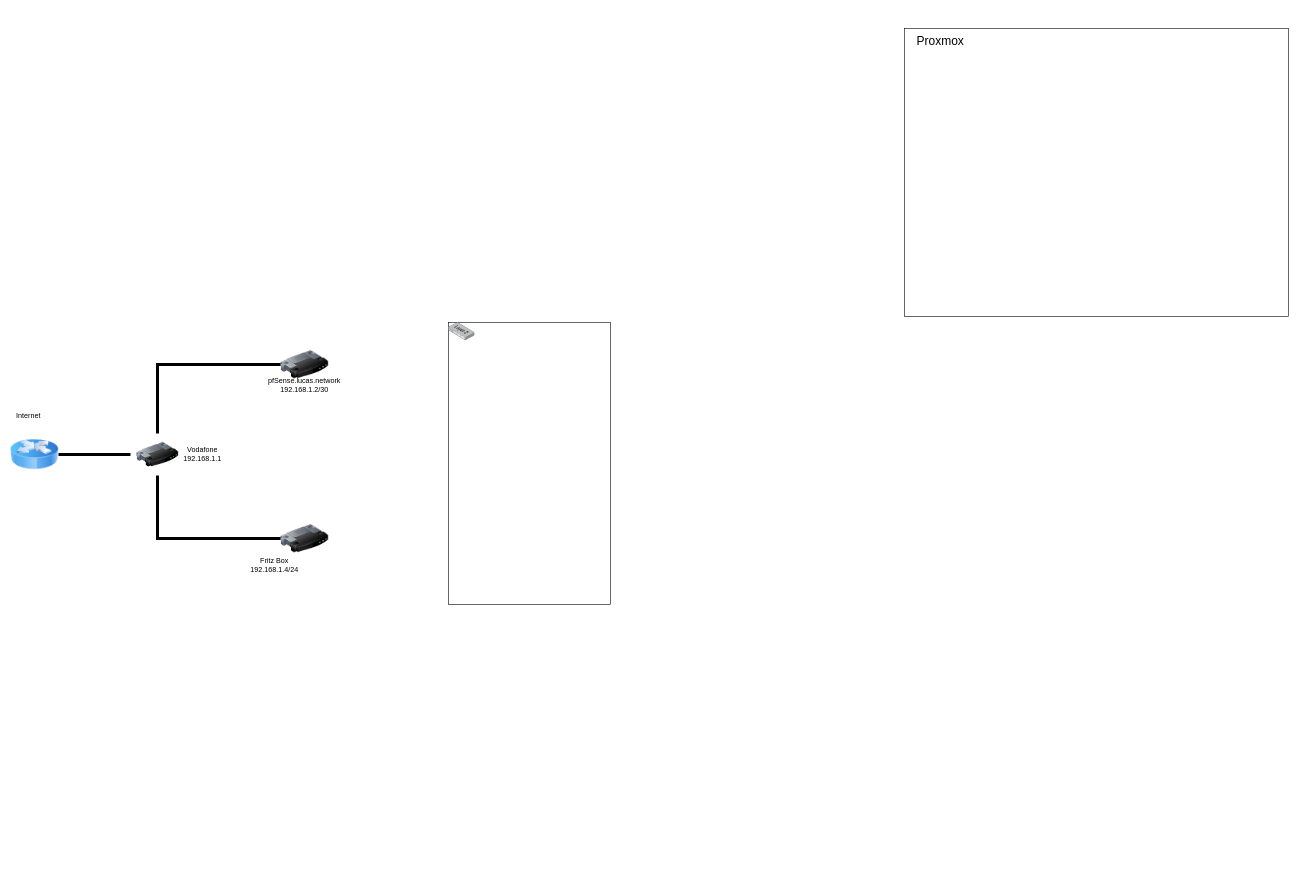
Earlier version of the draw.io diagram Untitled Diagram.drawio (lucpfi/homelab). Source tidied: cells renumbered, new cells numbered last; positions are measured from the earlier drawing's top-left corner, leaving out a move shared by most shapes. Both pictures are drawn from the tidied source at 60%, with x=0, y=0 at pixel (10, 10).
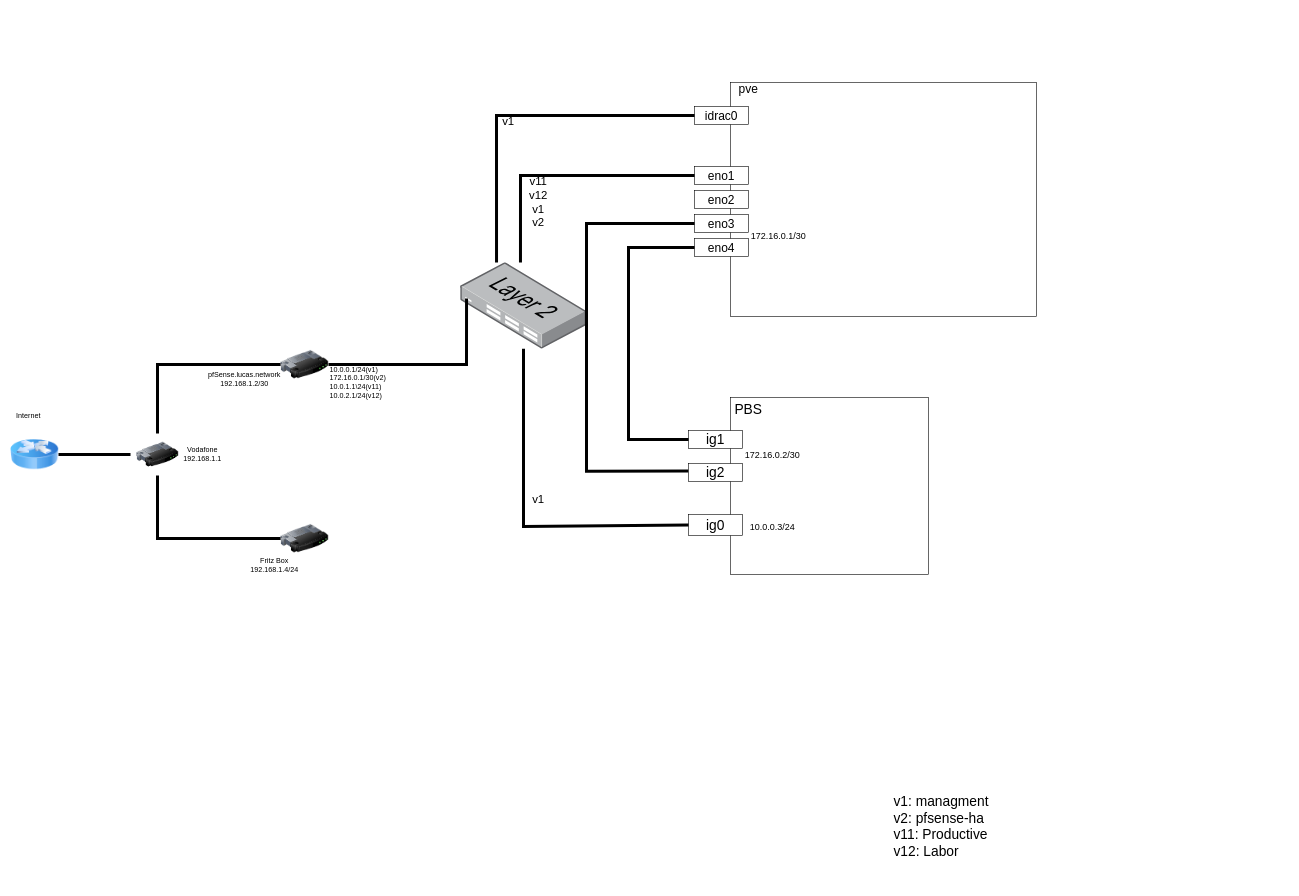
The same page after the edit.

The change refers to these unchanged cells:
```xml
<mxCell id="3" style="image;html=1;image=img/lib/clip_art/networking/Router_128x128.png;" parent="1" vertex="1">
  <mxGeometry x="450" y="550" width="80" height="80" as="geometry" />
</mxCell>
```

Change to the diagram source:
```diff
@@
     <mxCell id="12" value="pfSense.lucas.network&lt;br&gt;192.168.1.2/30" style="text;html=1;strokeColor=none;fillColor=none;align=center;verticalAlign=middle;whiteSpace=wrap;rounded=0;" parent="1" vertex="1">
-      <mxGeometry x="460" y="610" width="60" height="30" as="geometry" />
+      <mxGeometry x="360" y="600" width="60" height="30" as="geometry" />
     </mxCell>
-    <mxCell id="13" style="rounded=0;whiteSpace=wrap;html=1;fontSize=20;" parent="1" vertex="1">
-      <mxGeometry x="730" y="520" width="270" height="470" as="geometry" />
-    </mxCell>
     <mxCell id="14" style="points=[];html=1;align=center;shadow=0;dashed=0;image;image=img/lib/allied_telesis/switch/Switch_24_port_L2.svg;fontSize=20;" parent="1" vertex="1">
-      <mxGeometry x="730" y="520" width="43.8" height="30" as="geometry" />
+      <mxGeometry x="750" y="420" width="210" height="143.9" as="geometry" />
     </mxCell>
     <mxCell id="15" style="rounded=0;whiteSpace=wrap;html=1;fontSize=20;" parent="1" vertex="1">
-      <mxGeometry x="1490" y="30" width="640" height="480" as="geometry" />
+      <mxGeometry x="1200" y="120" width="510" height="390" as="geometry" />
     </mxCell>
-    <mxCell id="16" value="Proxmox" style="text;html=1;strokeColor=none;fillColor=none;align=center;verticalAlign=middle;whiteSpace=wrap;rounded=0;fontSize=20;" parent="1" vertex="1">
-      <mxGeometry x="1500" width="100" height="100" as="geometry" />
+    <mxCell id="16" value="pve" style="text;html=1;strokeColor=none;fillColor=none;align=center;verticalAlign=middle;whiteSpace=wrap;rounded=0;fontSize=20;" parent="1" vertex="1">
+      <mxGeometry x="1185" y="90" width="90" height="80" as="geometry" />
     </mxCell>
+    <mxCell id="17" style="endArrow=none;html=1;rounded=0;fontSize=20;strokeWidth=5;entryX=1;entryY=0.5;entryDx=0;entryDy=0;exitX=0.048;exitY=0.417;exitDx=0;exitDy=0;exitPerimeter=0;" parent="1" edge="1" source="14" target="3">
+      <mxGeometry relative="1" as="geometry">
+        <Array as="points">
+          <mxPoint x="760" y="590" />
+        </Array>
+      </mxGeometry>
+    </mxCell>
+    <mxCell id="18" value="eno1" style="rounded=0;whiteSpace=wrap;html=1;fontSize=20;" parent="1" vertex="1">
+      <mxGeometry x="1140" y="260" width="90" height="30" as="geometry" />
+    </mxCell>
+    <mxCell id="19" value="eno2" style="rounded=0;whiteSpace=wrap;html=1;fontSize=20;" parent="1" vertex="1">
+      <mxGeometry x="1140" y="300" width="90" height="30" as="geometry" />
+    </mxCell>
+    <mxCell id="20" value="eno3" style="rounded=0;whiteSpace=wrap;html=1;fontSize=20;" parent="1" vertex="1">
+      <mxGeometry x="1140" y="340" width="90" height="30" as="geometry" />
+    </mxCell>
+    <mxCell id="21" value="eno4" style="rounded=0;whiteSpace=wrap;html=1;fontSize=20;" parent="1" vertex="1">
+      <mxGeometry x="1140" y="380" width="90" height="30" as="geometry" />
+    </mxCell>
+    <mxCell id="22" style="endArrow=none;html=1;rounded=0;fontSize=19;strokeWidth=5;exitX=0.476;exitY=0;exitDx=0;exitDy=0;exitPerimeter=0;entryX=0;entryY=0.5;entryDx=0;entryDy=0;" parent="1" edge="1" source="14" target="18">
+      <mxGeometry relative="1" as="geometry">
+        <Array as="points">
+          <mxPoint x="850" y="275" />
+        </Array>
+      </mxGeometry>
+    </mxCell>
+    <mxCell id="23" value="v1: managment&lt;br&gt;v2: pfsense-ha&lt;br&gt;v11: Productive&lt;br&gt;&lt;div&gt;&lt;div&gt;v12: Labor&lt;/div&gt;&lt;/div&gt;" style="text;html=1;strokeColor=none;fillColor=none;align=left;verticalAlign=middle;whiteSpace=wrap;rounded=0;fontSize=23;" parent="1" vertex="1">
+      <mxGeometry x="1470" y="1260" width="210" height="200" as="geometry" />
+    </mxCell>
+    <mxCell id="24" value="v11&lt;br&gt;v12&lt;br&gt;v1&lt;br&gt;v2" style="text;html=1;strokeColor=none;fillColor=none;align=center;verticalAlign=middle;whiteSpace=wrap;rounded=0;fontSize=19;" parent="1" vertex="1">
+      <mxGeometry x="850" y="280" width="60" height="80" as="geometry" />
+    </mxCell>
+    <mxCell id="25" style="rounded=0;whiteSpace=wrap;html=1;fontSize=23;" parent="1" vertex="1">
+      <mxGeometry x="1200" y="645" width="330" height="295" as="geometry" />
+    </mxCell>
+    <mxCell id="26" value="PBS" style="text;html=1;strokeColor=none;fillColor=none;align=center;verticalAlign=middle;whiteSpace=wrap;rounded=0;fontSize=23;" parent="1" vertex="1">
+      <mxGeometry x="1200" y="645" width="60" height="40" as="geometry" />
+    </mxCell>
+    <mxCell id="27" value="ig0" style="rounded=0;whiteSpace=wrap;html=1;fontSize=23;" parent="1" vertex="1">
+      <mxGeometry x="1130" y="840" width="90" height="35" as="geometry" />
+    </mxCell>
+    <mxCell id="28" value="ig1" style="rounded=0;whiteSpace=wrap;html=1;fontSize=23;" parent="1" vertex="1">
+      <mxGeometry x="1130" y="700" width="90" height="30" as="geometry" />
+    </mxCell>
+    <mxCell id="29" style="endArrow=none;html=1;rounded=0;fontSize=23;strokeWidth=5;exitX=0;exitY=0.5;exitDx=0;exitDy=0;" parent="1" edge="1" source="27" target="14">
+      <mxGeometry relative="1" as="geometry">
+        <Array as="points">
+          <mxPoint x="855" y="860" />
+        </Array>
+      </mxGeometry>
+    </mxCell>
+    <mxCell id="30" style="endArrow=none;html=1;rounded=0;fontSize=23;strokeWidth=5;entryX=0;entryY=0.5;entryDx=0;entryDy=0;exitX=0;exitY=0.5;exitDx=0;exitDy=0;" parent="1" edge="1" source="20">
+      <mxGeometry relative="1" as="geometry">
+        <mxPoint x="1130" y="767.5" as="targetPoint" />
+        <Array as="points">
+          <mxPoint x="960" y="355" />
+          <mxPoint x="960" y="768" />
+        </Array>
+      </mxGeometry>
+    </mxCell>
+    <mxCell id="31" style="endArrow=none;html=1;rounded=0;fontSize=23;strokeWidth=5;exitX=0;exitY=0.5;exitDx=0;exitDy=0;entryX=0;entryY=0.5;entryDx=0;entryDy=0;" parent="1" edge="1" source="28" target="21">
+      <mxGeometry relative="1" as="geometry">
+        <Array as="points">
+          <mxPoint x="1030" y="715" />
+          <mxPoint x="1030" y="395" />
+        </Array>
+      </mxGeometry>
+    </mxCell>
+    <mxCell id="32" value="172.16.0.1/30" style="text;html=1;strokeColor=none;fillColor=none;align=center;verticalAlign=middle;whiteSpace=wrap;rounded=0;fontSize=15;" parent="1" vertex="1">
+      <mxGeometry x="1230" y="340" width="100" height="70" as="geometry" />
+    </mxCell>
+    <mxCell id="33" value="172.16.0.2/30" style="text;html=1;strokeColor=none;fillColor=none;align=center;verticalAlign=middle;whiteSpace=wrap;rounded=0;fontFamily=Helvetica;fontSize=15;fontColor=default;" parent="1" vertex="1">
+      <mxGeometry x="1220" y="700" width="100" height="80" as="geometry" />
+    </mxCell>
+    <mxCell id="34" value="ig2" style="rounded=0;whiteSpace=wrap;html=1;fontSize=23;" parent="1" vertex="1">
+      <mxGeometry x="1130" y="755" width="90" height="30" as="geometry" />
+    </mxCell>
+    <mxCell id="35" value="v1" style="text;html=1;strokeColor=none;fillColor=none;align=center;verticalAlign=middle;whiteSpace=wrap;rounded=0;fontSize=19;" parent="1" vertex="1">
+      <mxGeometry x="850" y="775" width="60" height="80" as="geometry" />
+    </mxCell>
+    <mxCell id="36" value="10.0.0.3/24" style="text;html=1;strokeColor=none;fillColor=none;align=center;verticalAlign=middle;whiteSpace=wrap;rounded=0;fontFamily=Helvetica;fontSize=15;fontColor=default;" parent="1" vertex="1">
+      <mxGeometry x="1220" y="840" width="100" height="40" as="geometry" />
+    </mxCell>
+    <mxCell id="37" value="10.0.0.1/24(v1)&lt;br&gt;172.16.0.1/30(v2)&lt;br&gt;10.0.1.1\24(v11)&lt;br&gt;10.0.2.1/24(v12)" style="text;html=1;strokeColor=none;fillColor=none;align=left;verticalAlign=middle;whiteSpace=wrap;rounded=0;" parent="1" vertex="1">
+      <mxGeometry x="530" y="595" width="90" height="50" as="geometry" />
+    </mxCell>
+    <mxCell id="38" value="idrac0" style="rounded=0;whiteSpace=wrap;html=1;fontSize=20;" parent="1" vertex="1">
+      <mxGeometry x="1140" y="160" width="90" height="30" as="geometry" />
+    </mxCell>
+    <mxCell id="39" style="endArrow=none;html=1;rounded=0;fontFamily=Helvetica;fontSize=15;fontColor=default;strokeWidth=5;entryX=0;entryY=0.5;entryDx=0;entryDy=0;exitX=0.286;exitY=0;exitDx=0;exitDy=0;exitPerimeter=0;" parent="1" edge="1" source="14" target="38">
+      <mxGeometry relative="1" as="geometry">
+        <Array as="points">
+          <mxPoint x="810" y="175" />
+        </Array>
+      </mxGeometry>
+    </mxCell>
+    <mxCell id="40" value="v1" style="text;html=1;strokeColor=none;fillColor=none;align=center;verticalAlign=middle;whiteSpace=wrap;rounded=0;fontFamily=Helvetica;fontSize=19;fontColor=default;" parent="1" vertex="1">
+      <mxGeometry x="800" y="170" width="60" height="30" as="geometry" />
+    </mxCell>
```
